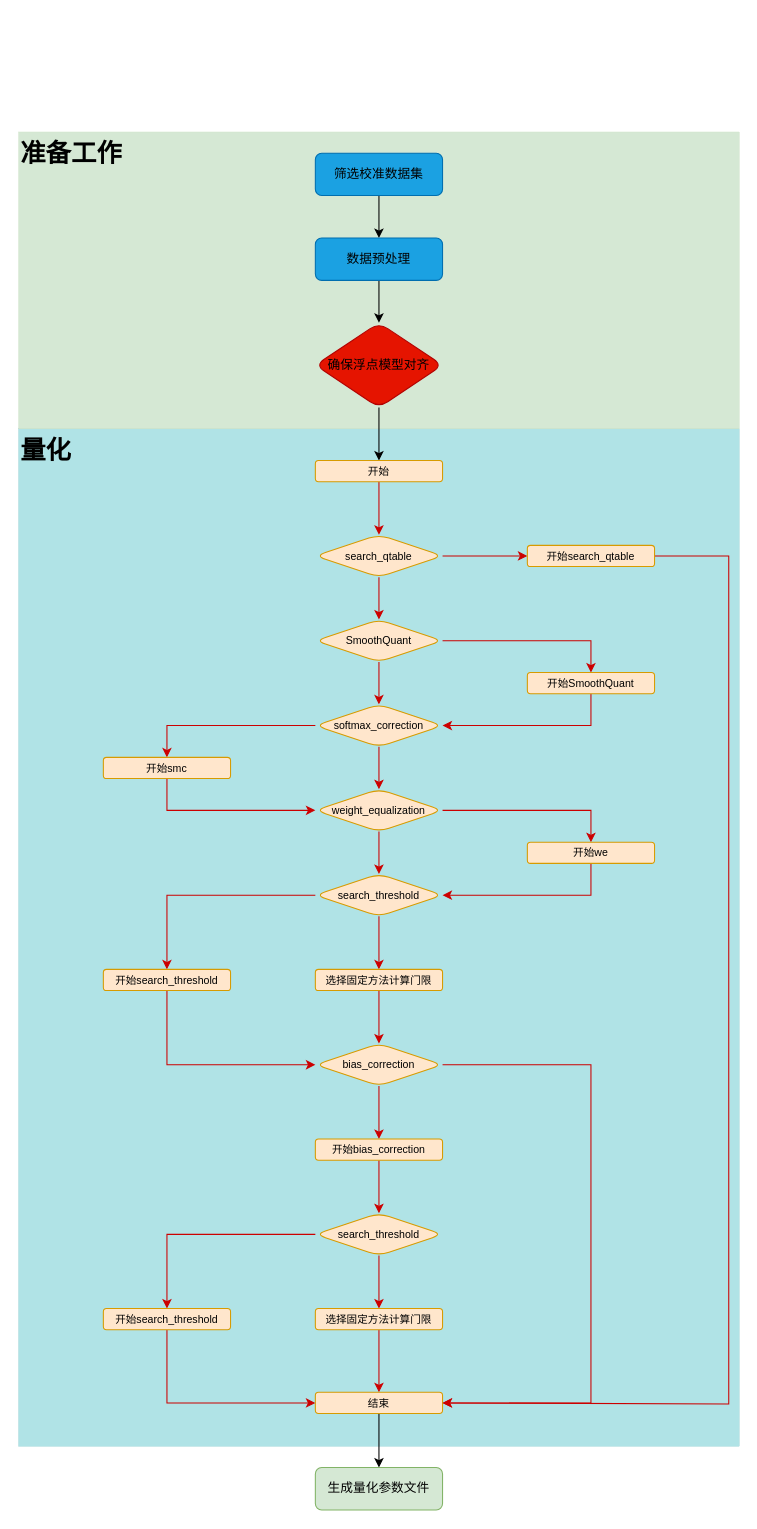
Earlier version of the draw.io diagram docs/assets/quant.drawio (sophgo/tpu-mlir). Source tidied: cells renumbered, new cells numbered last; positions are measured from the earlier drawing's top-left corner, leaving out a move shared by most shapes. Both pictures are drawn from the tidied source at 106%, with x=0, y=0 at pixel (18, 131).
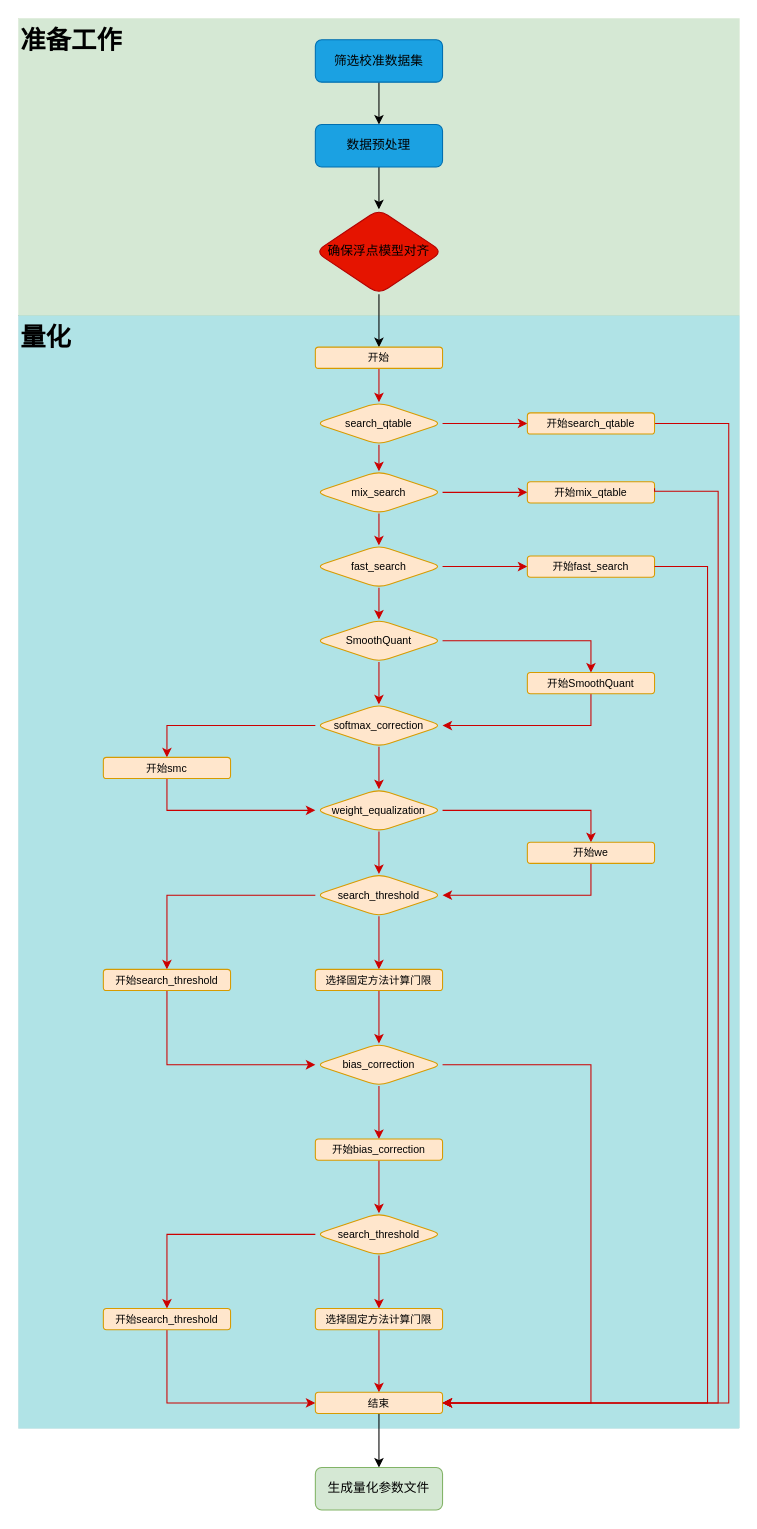
The same diagram, later.

Unchanged cells that the change refers to:
```xml
<mxCell id="17" value="SmoothQuant" style="rhombus;whiteSpace=wrap;html=1;rounded=1;fontSize=10;fillColor=#ffe6cc;strokeColor=#d79b00;" parent="1" vertex="1">
  <mxGeometry x="280" y="460" width="120" height="40" as="geometry" />
</mxCell>
<mxCell id="45" value="结束" style="whiteSpace=wrap;html=1;rounded=1;fontSize=10;fillColor=#ffe6cc;strokeColor=#d79b00;" parent="1" vertex="1">
  <mxGeometry x="280" y="1189" width="120" height="20" as="geometry" />
</mxCell>
```

Change to the diagram source:
```diff
@@
     <mxCell id="2" value="&lt;h1 style=&quot;margin-top: 0px;&quot;&gt;量化&lt;/h1&gt;" style="text;html=1;whiteSpace=wrap;overflow=hidden;rounded=0;fillColor=#b0e3e6;strokeColor=#0e8088;fillStyle=auto;dashed=1;dashPattern=1 1;strokeWidth=0;align=left;" parent="1" vertex="1">
-      <mxGeometry y="280" width="680" height="960" as="geometry" />
+      <mxGeometry y="173" width="680" height="1050" as="geometry" />
     </mxCell>
     <mxCell id="3" value="&lt;h1 style=&quot;margin-top: 0px;&quot;&gt;准备工作&lt;/h1&gt;" style="text;html=1;whiteSpace=wrap;overflow=hidden;rounded=0;fillColor=#d5e8d4;strokeColor=#82b366;fillStyle=auto;gradientColor=none;dashed=1;dashPattern=1 1;strokeWidth=0;" parent="1" vertex="1">
-      <mxGeometry width="680" height="280" as="geometry" />
+      <mxGeometry y="-107" width="680" height="280" as="geometry" />
     </mxCell>
@@
     <mxCell id="5" value="筛选校准数据集" style="rounded=1;whiteSpace=wrap;html=1;fillColor=#1ba1e2;strokeColor=#006EAF;fontColor=light-dark(#000000, #121212);" parent="1" vertex="1">
-      <mxGeometry x="280" y="20" width="120" height="40" as="geometry" />
+      <mxGeometry x="280" y="-87" width="120" height="40" as="geometry" />
     </mxCell>
@@
     <mxCell id="7" value="数据预处理" style="whiteSpace=wrap;html=1;rounded=1;fillColor=#1ba1e2;fontColor=light-dark(#000000, #121212);strokeColor=#006EAF;" parent="1" vertex="1">
-      <mxGeometry x="280" y="100" width="120" height="40" as="geometry" />
+      <mxGeometry x="280" y="-7" width="120" height="40" as="geometry" />
     </mxCell>
@@
     <mxCell id="9" value="确保浮点模型对齐" style="rhombus;whiteSpace=wrap;html=1;rounded=1;fillColor=#e51400;fontColor=light-dark(#000000, #121212);strokeColor=#B20000;" parent="1" vertex="1">
-      <mxGeometry x="280" y="180" width="120" height="80" as="geometry" />
+      <mxGeometry x="280" y="73" width="120" height="80" as="geometry" />
     </mxCell>
     <mxCell id="10" style="edgeStyle=orthogonalEdgeStyle;rounded=0;jettySize=auto;html=1;strokeColor=light-dark(#cc0000, #ededed);" parent="1" edge="1" source="11" target="14">
       <mxGeometry relative="1" as="geometry">
         <Array as="points">
-          <mxPoint x="340" y="370" />
-          <mxPoint x="340" y="370" />
+          <mxPoint x="340" y="263" />
+          <mxPoint x="340" y="263" />
         </Array>
       </mxGeometry>
     </mxCell>
     <mxCell id="11" value="开始" style="whiteSpace=wrap;html=1;rounded=1;fontSize=10;fillColor=#ffe6cc;strokeColor=#d79b00;" parent="1" vertex="1">
-      <mxGeometry x="280" y="310" width="120" height="20" as="geometry" />
+      <mxGeometry x="280" y="203" width="120" height="20" as="geometry" />
     </mxCell>
-    <mxCell id="12" style="edgeStyle=orthogonalEdgeStyle;rounded=0;jettySize=auto;html=1;strokeColor=#CC0000;" parent="1" edge="1" source="14" target="17">
+    <mxCell id="12" style="edgeStyle=orthogonalEdgeStyle;rounded=0;jettySize=auto;html=1;strokeColor=#CC0000;exitX=0.5;exitY=1;exitDx=0;exitDy=0;" parent="1" edge="1" source="58" target="17">
       <mxGeometry relative="1" as="geometry" />
     </mxCell>
     <mxCell id="13" style="edgeStyle=orthogonalEdgeStyle;rounded=0;jettySize=auto;html=1;entryX=0;entryY=0.5;entryDx=0;entryDy=0;strokeColor=#CC0000;" parent="1" edge="1" source="14" target="48">
       <mxGeometry relative="1" as="geometry">
         <Array as="points">
-          <mxPoint x="460" y="400" />
-          <mxPoint x="460" y="400" />
+          <mxPoint x="460" y="275" />
+          <mxPoint x="460" y="275" />
         </Array>
       </mxGeometry>
     </mxCell>
     <mxCell id="14" value="search_qtable" style="rhombus;whiteSpace=wrap;html=1;rounded=1;fontSize=10;fillColor=#ffe6cc;strokeColor=#d79b00;" parent="1" vertex="1">
-      <mxGeometry x="280" y="380" width="120" height="40" as="geometry" />
+      <mxGeometry x="280" y="255" width="120" height="40" as="geometry" />
     </mxCell>
@@
     <mxCell id="47" style="edgeStyle=orthogonalEdgeStyle;rounded=0;jettySize=auto;html=1;exitX=1;exitY=0.5;exitDx=0;exitDy=0;strokeColor=#CC0000;entryX=1;entryY=0.5;entryDx=0;entryDy=0;" parent="1" edge="1" source="48" target="45">
       <mxGeometry relative="1" as="geometry">
         <Array as="points">
-          <mxPoint x="670" y="400" />
-          <mxPoint x="670" y="1200" />
+          <mxPoint x="670" y="275" />
+          <mxPoint x="670" y="1199" />
         </Array>
       </mxGeometry>
     </mxCell>
     <mxCell id="48" value="开始search_qtable" style="whiteSpace=wrap;html=1;rounded=1;fontSize=10;fillColor=#ffe6cc;strokeColor=#d79b00;" parent="1" vertex="1">
-      <mxGeometry x="480" y="390" width="120" height="20" as="geometry" />
+      <mxGeometry x="480" y="265" width="120" height="20" as="geometry" />
     </mxCell>
@@
+    <mxCell id="54" style="edgeStyle=orthogonalEdgeStyle;rounded=0;jettySize=auto;html=1;entryX=0;entryY=0.5;entryDx=0;entryDy=0;strokeColor=#CC0000;" parent="1" edge="1" source="55" target="56">
+      <mxGeometry relative="1" as="geometry">
+        <Array as="points">
+          <mxPoint x="460" y="340" />
+          <mxPoint x="460" y="340" />
+        </Array>
+      </mxGeometry>
+    </mxCell>
+    <mxCell id="55" value="mix_search" style="rhombus;whiteSpace=wrap;html=1;rounded=1;fontSize=10;fillColor=#ffe6cc;strokeColor=#d79b00;" parent="1" vertex="1">
+      <mxGeometry x="280" y="320" width="120" height="40" as="geometry" />
+    </mxCell>
+    <mxCell id="56" value="开始mix_qtable" style="whiteSpace=wrap;html=1;rounded=1;fontSize=10;fillColor=#ffe6cc;strokeColor=#d79b00;" parent="1" vertex="1">
+      <mxGeometry x="480" y="330" width="120" height="20" as="geometry" />
+    </mxCell>
+    <mxCell id="57" style="edgeStyle=orthogonalEdgeStyle;rounded=0;jettySize=auto;html=1;entryX=0;entryY=0.5;entryDx=0;entryDy=0;strokeColor=#CC0000;" parent="1" edge="1" source="58" target="59">
+      <mxGeometry relative="1" as="geometry">
+        <Array as="points">
+          <mxPoint x="460" y="410" />
+          <mxPoint x="460" y="410" />
+        </Array>
+      </mxGeometry>
+    </mxCell>
+    <mxCell id="58" value="fast_search" style="rhombus;whiteSpace=wrap;html=1;rounded=1;fontSize=10;fillColor=#ffe6cc;strokeColor=#d79b00;" parent="1" vertex="1">
+      <mxGeometry x="280" y="390" width="120" height="40" as="geometry" />
+    </mxCell>
+    <mxCell id="59" value="开始fast_search" style="whiteSpace=wrap;html=1;rounded=1;fontSize=10;fillColor=#ffe6cc;strokeColor=#d79b00;" parent="1" vertex="1">
+      <mxGeometry x="480" y="400" width="120" height="20" as="geometry" />
+    </mxCell>
+    <mxCell id="60" style="edgeStyle=orthogonalEdgeStyle;rounded=0;jettySize=auto;html=1;strokeColor=light-dark(#cc0000, #ededed);exitX=0.5;exitY=1;exitDx=0;exitDy=0;entryX=0.5;entryY=0;entryDx=0;entryDy=0;" parent="1" edge="1" source="14" target="55">
+      <mxGeometry relative="1" as="geometry">
+        <Array as="points">
+          <mxPoint x="340" y="303" />
+          <mxPoint x="340" y="303" />
+        </Array>
+      </mxGeometry>
+    </mxCell>
+    <mxCell id="61" style="edgeStyle=orthogonalEdgeStyle;rounded=0;jettySize=auto;html=1;strokeColor=light-dark(#cc0000, #ededed);exitX=0.5;exitY=1;exitDx=0;exitDy=0;entryX=0.5;entryY=0;entryDx=0;entryDy=0;" parent="1" edge="1" source="55" target="58">
+      <mxGeometry relative="1" as="geometry">
+        <Array as="points">
+          <mxPoint x="340" y="373" />
+          <mxPoint x="340" y="373" />
+        </Array>
+      </mxGeometry>
+    </mxCell>
+    <mxCell id="62" style="edgeStyle=orthogonalEdgeStyle;rounded=0;orthogonalLoop=1;jettySize=auto;html=1;strokeColor=#CC0000;exitX=1;exitY=0.5;exitDx=0;exitDy=0;" parent="1" edge="1">
+      <mxGeometry relative="1" as="geometry">
+        <mxPoint x="600" y="336" as="sourcePoint" />
+        <mxPoint x="400" y="1199" as="targetPoint" />
+        <Array as="points">
+          <mxPoint x="600" y="339" />
+          <mxPoint x="660" y="339" />
+          <mxPoint x="660" y="1199" />
+        </Array>
+      </mxGeometry>
+    </mxCell>
+    <mxCell id="63" style="edgeStyle=orthogonalEdgeStyle;rounded=0;jettySize=auto;html=1;strokeColor=#CC0000;exitX=1;exitY=0.5;exitDx=0;exitDy=0;" parent="1" edge="1" source="59">
+      <mxGeometry relative="1" as="geometry">
+        <mxPoint x="400" y="1199" as="targetPoint" />
+        <Array as="points">
+          <mxPoint x="650" y="410" />
+          <mxPoint x="650" y="1199" />
+        </Array>
+      </mxGeometry>
+    </mxCell>
```
